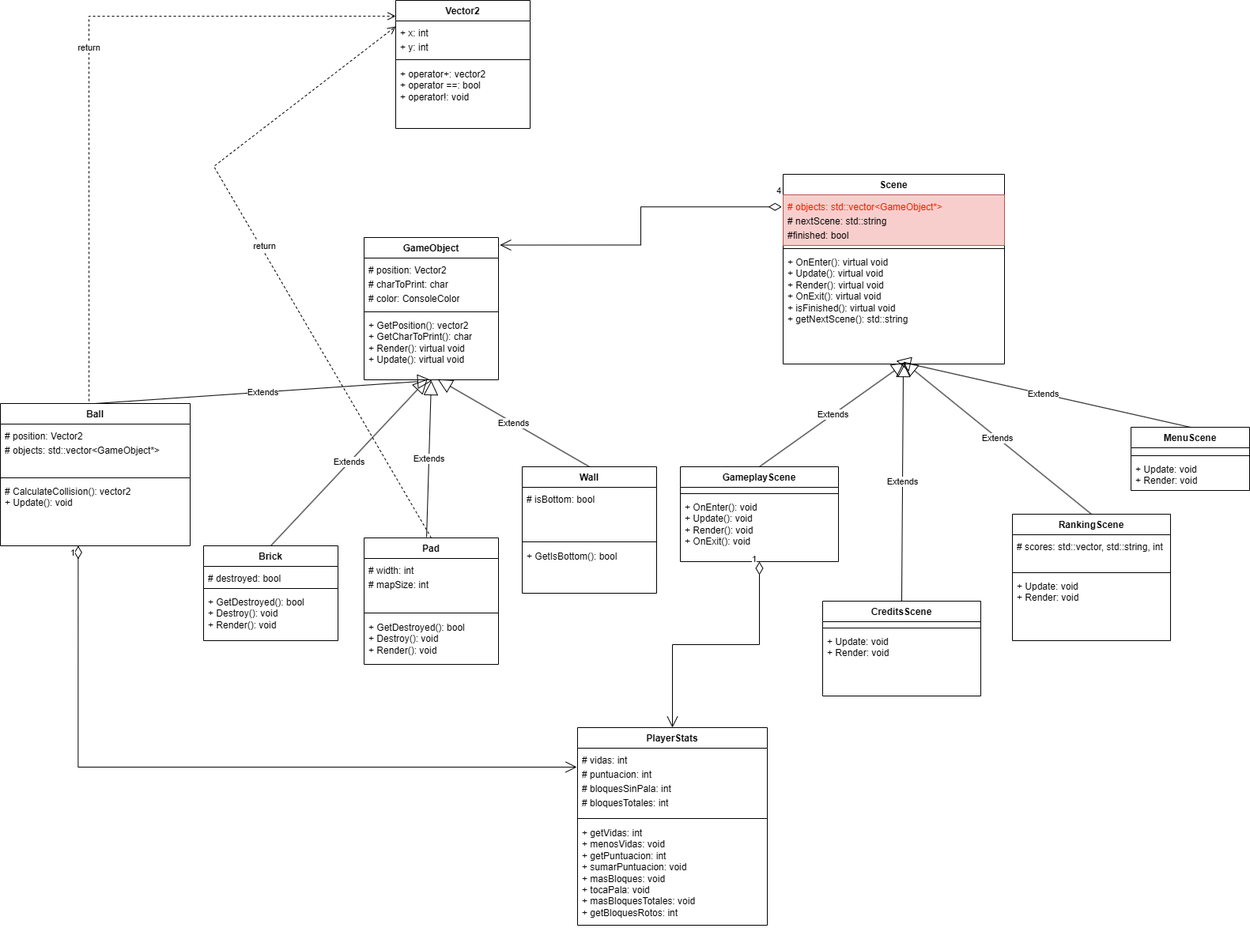
Above: AA1_BREAKOUT.drawio.png in david-071/AA1_Breakout_XiaYuhao_PizarroVictoria (draw.io), before the change. Source tidied: cells renumbered, new cells last; positions are measured from the earlier drawing's top-left corner, leaving out a move shared by most shapes.
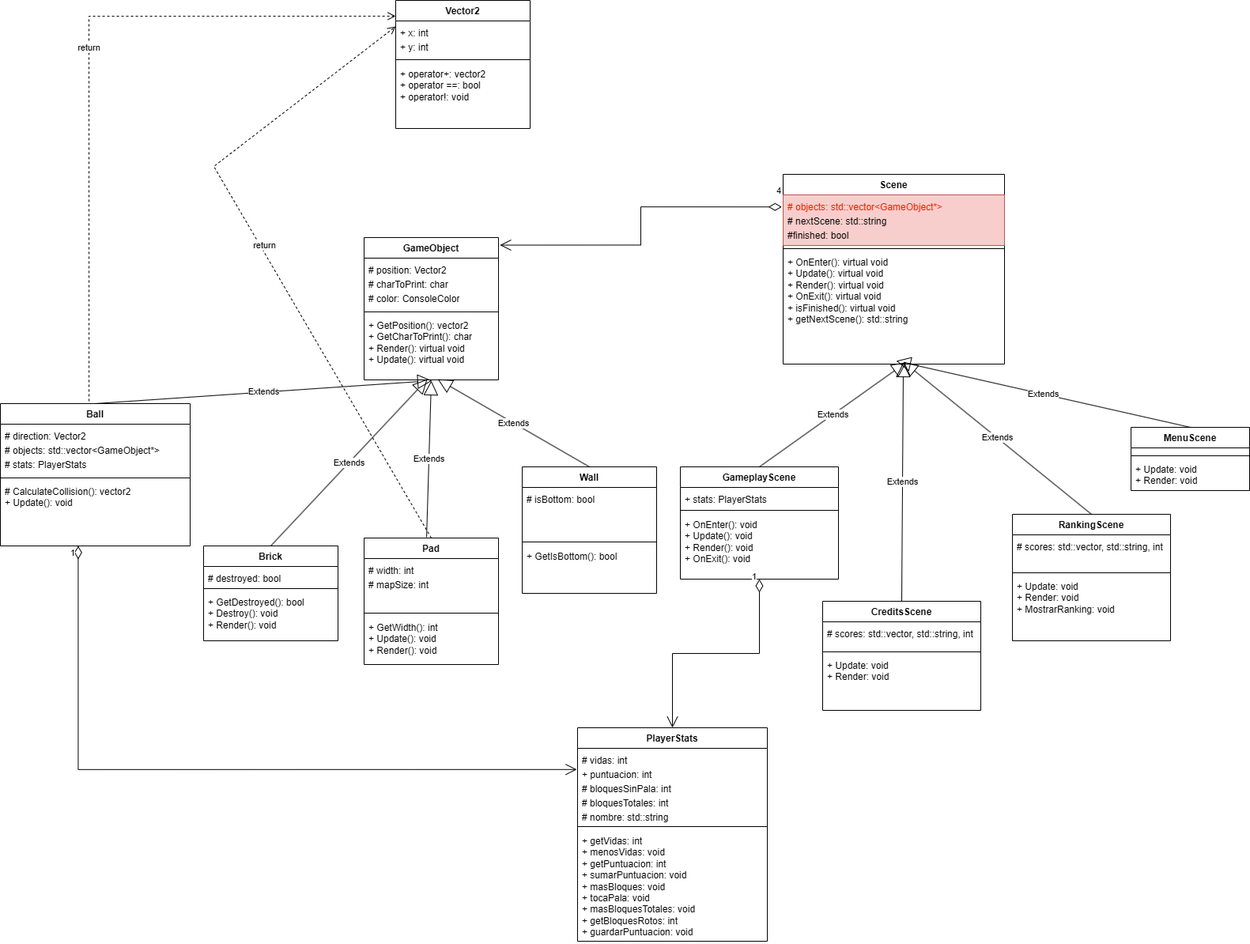
Above is the later version.

Commit message:
más cosas

Change to the diagram source:
```diff
@@ -38,23 +38,23 @@
     <mxCell id="13" style="line;strokeWidth=1;fillColor=none;align=left;verticalAlign=middle;spacingTop=-1;spacingLeft=3;spacingRight=3;labelPosition=right;strokeColor=inherit;" parent="11" vertex="1">
       <mxGeometry y="70" width="200" height="8" as="geometry" />
     </mxCell>
-    <mxCell id="14" value="&lt;div&gt;+ Update: void&lt;/div&gt;&lt;div&gt;+ Render: void&lt;/div&gt;" style="text;strokeColor=none;fillColor=none;align=left;verticalAlign=top;spacingLeft=4;spacingRight=4;overflow=hidden;whiteSpace=wrap;html=1;" parent="11" vertex="1">
+    <mxCell id="14" value="&lt;div&gt;+ Update: void&lt;/div&gt;&lt;div&gt;+ Render: void&lt;/div&gt;&lt;div&gt;+ MostrarRanking: void&lt;/div&gt;" style="text;strokeColor=none;fillColor=none;align=left;verticalAlign=top;spacingLeft=4;spacingRight=4;overflow=hidden;whiteSpace=wrap;html=1;" parent="11" vertex="1">
       <mxGeometry y="78" width="200" height="82" as="geometry" />
     </mxCell>
     <mxCell id="15" value="Extends" style="endArrow=block;endSize=16;endFill=0;html=1;rounded=0;exitX=0.5;exitY=0;exitDx=0;exitDy=0;entryX=0.543;entryY=0.979;entryDx=0;entryDy=0;entryPerimeter=0;" parent="1" edge="1" source="11" target="5">
       <mxGeometry relative="1" as="geometry" />
     </mxCell>
     <mxCell id="16" value="GameplayScene" style="swimlane;fontStyle=1;align=center;verticalAlign=top;horizontal=1;startSize=26;whiteSpace=wrap;html=1;" parent="1" vertex="1">
-      <mxGeometry x="860" y="590" width="200" height="120" as="geometry" />
+      <mxGeometry x="860" y="590" width="200" height="142" as="geometry" />
     </mxCell>
-    <mxCell id="17" value="&lt;div style=&quot;line-height: 150%;&quot;&gt;&lt;br&gt;&lt;/div&gt;" style="text;strokeColor=none;fillColor=none;align=left;verticalAlign=top;spacingLeft=4;spacingRight=4;overflow=hidden;whiteSpace=wrap;html=1;" parent="16" vertex="1">
-      <mxGeometry y="26" width="200" height="4" as="geometry" />
+    <mxCell id="17" value="&lt;div style=&quot;line-height: 150%;&quot;&gt;+ stats: PlayerStats&lt;/div&gt;" style="text;strokeColor=none;fillColor=none;align=left;verticalAlign=top;spacingLeft=4;spacingRight=4;overflow=hidden;whiteSpace=wrap;html=1;" parent="16" vertex="1">
+      <mxGeometry y="26" width="200" height="24" as="geometry" />
     </mxCell>
     <mxCell id="18" style="line;strokeWidth=1;fillColor=none;align=left;verticalAlign=middle;spacingTop=-1;spacingLeft=3;spacingRight=3;labelPosition=right;strokeColor=inherit;" parent="16" vertex="1">
-      <mxGeometry y="30" width="200" height="8" as="geometry" />
+      <mxGeometry y="50" width="200" height="10" as="geometry" />
     </mxCell>
     <mxCell id="19" value="&lt;div&gt;+ OnEnter(): void&lt;/div&gt;&lt;div&gt;+ Update(): void&lt;/div&gt;&lt;div&gt;+ Render(): void&lt;/div&gt;&lt;div&gt;+ OnExit(): void&lt;/div&gt;" style="text;strokeColor=none;fillColor=none;align=left;verticalAlign=top;spacingLeft=4;spacingRight=4;overflow=hidden;points=[[0,0.5],[1,0.5]];portConstraint=eastwest;whiteSpace=wrap;html=1;" parent="16" vertex="1">
-      <mxGeometry y="38" width="200" height="82" as="geometry" />
+      <mxGeometry y="60" width="200" height="82" as="geometry" />
     </mxCell>
     <mxCell id="20" value="Extends" style="endArrow=block;endSize=16;endFill=0;html=1;rounded=0;exitX=0.5;exitY=0;exitDx=0;exitDy=0;entryX=0.506;entryY=1.012;entryDx=0;entryDy=0;entryPerimeter=0;" parent="1" edge="1" source="29" target="24">
       <mxGeometry relative="1" as="geometry" />
@@ -86,7 +86,7 @@
     <mxCell id="29" value="Ball" style="swimlane;fontStyle=1;align=center;verticalAlign=top;horizontal=1;startSize=26;whiteSpace=wrap;html=1;" parent="1" vertex="1">
       <mxGeometry y="510" width="240" height="180" as="geometry" />
     </mxCell>
-    <mxCell id="30" value="&lt;div style=&quot;line-height: 150%;&quot;&gt;# position:&amp;nbsp;&lt;span style=&quot;background-color: transparent; color: light-dark(rgb(0, 0, 0), rgb(255, 255, 255));&quot;&gt;Vector2&lt;/span&gt;&lt;/div&gt;&lt;div style=&quot;line-height: 150%;&quot;&gt;# objects: std::vector&amp;lt;GameObject*&amp;gt;&lt;/div&gt;" style="text;align=left;verticalAlign=top;spacingLeft=4;spacingRight=4;overflow=hidden;whiteSpace=wrap;html=1;" parent="29" vertex="1">
+    <mxCell id="30" value="&lt;div style=&quot;line-height: 150%;&quot;&gt;# direction:&amp;nbsp;&lt;span style=&quot;background-color: transparent; color: light-dark(rgb(0, 0, 0), rgb(255, 255, 255));&quot;&gt;Vector2&lt;/span&gt;&lt;/div&gt;&lt;div style=&quot;line-height: 150%;&quot;&gt;# objects: std::vector&amp;lt;GameObject*&amp;gt;&lt;/div&gt;&lt;div style=&quot;line-height: 150%;&quot;&gt;# stats: PlayerStats&lt;/div&gt;" style="text;align=left;verticalAlign=top;spacingLeft=4;spacingRight=4;overflow=hidden;whiteSpace=wrap;html=1;" parent="29" vertex="1">
       <mxGeometry y="26" width="240" height="64" as="geometry" />
     </mxCell>
     <mxCell id="31" style="line;strokeWidth=1;fillColor=none;align=left;verticalAlign=middle;spacingTop=-1;spacingLeft=3;spacingRight=3;labelPosition=right;strokeColor=inherit;" parent="29" vertex="1">
@@ -122,7 +122,7 @@
     <mxCell id="41" style="line;strokeWidth=1;fillColor=none;align=left;verticalAlign=middle;spacingTop=-1;spacingLeft=3;spacingRight=3;labelPosition=right;strokeColor=inherit;" parent="39" vertex="1">
       <mxGeometry y="90" width="170" height="10" as="geometry" />
     </mxCell>
-    <mxCell id="42" value="+ GetDestroyed(): bool&lt;div&gt;+ Destroy(): void&lt;/div&gt;&lt;div&gt;+ Render(): void&lt;/div&gt;" style="text;strokeColor=none;fillColor=none;align=left;verticalAlign=top;spacingLeft=4;spacingRight=4;overflow=hidden;whiteSpace=wrap;html=1;" parent="39" vertex="1">
+    <mxCell id="42" value="+ GetWidth(): int&lt;div&gt;+ Update(): void&lt;/div&gt;&lt;div&gt;+ Render(): void&lt;/div&gt;" style="text;strokeColor=none;fillColor=none;align=left;verticalAlign=top;spacingLeft=4;spacingRight=4;overflow=hidden;whiteSpace=wrap;html=1;" parent="39" vertex="1">
       <mxGeometry y="100" width="170" height="60" as="geometry" />
     </mxCell>
     <mxCell id="43" value="Extends" style="endArrow=block;endSize=16;endFill=0;html=1;rounded=0;entryX=0.5;entryY=1.012;entryDx=0;entryDy=0;entryPerimeter=0;exitX=0.465;exitY=-0.006;exitDx=0;exitDy=0;exitPerimeter=0;" parent="1" edge="1" source="39" target="24">
@@ -154,16 +154,16 @@
       <mxGeometry x="-0.96" y="-11" relative="1" as="geometry" />
     </mxCell>
     <mxCell id="51" value="CreditsScene" style="swimlane;fontStyle=1;align=center;verticalAlign=top;horizontal=1;startSize=26;whiteSpace=wrap;html=1;" parent="1" vertex="1">
-      <mxGeometry x="1040" y="760" width="200" height="120" as="geometry" />
+      <mxGeometry x="1040" y="760" width="200" height="138" as="geometry" />
     </mxCell>
-    <mxCell id="52" value="&lt;div style=&quot;line-height: 150%;&quot;&gt;&lt;br&gt;&lt;/div&gt;" style="text;strokeColor=none;fillColor=none;align=left;verticalAlign=top;spacingLeft=4;spacingRight=4;overflow=hidden;whiteSpace=wrap;html=1;" parent="51" vertex="1">
-      <mxGeometry y="26" width="200" height="4" as="geometry" />
+    <mxCell id="52" value="&lt;div style=&quot;line-height: 150%;&quot;&gt;# scores: std::vector, std::string, int&lt;/div&gt;" style="text;strokeColor=none;fillColor=none;align=left;verticalAlign=top;spacingLeft=4;spacingRight=4;overflow=hidden;whiteSpace=wrap;html=1;" parent="51" vertex="1">
+      <mxGeometry y="26" width="200" height="34" as="geometry" />
     </mxCell>
     <mxCell id="53" style="line;strokeWidth=1;fillColor=none;align=left;verticalAlign=middle;spacingTop=-1;spacingLeft=3;spacingRight=3;labelPosition=right;strokeColor=inherit;" parent="51" vertex="1">
-      <mxGeometry y="30" width="200" height="8" as="geometry" />
+      <mxGeometry y="60" width="200" height="8" as="geometry" />
     </mxCell>
     <mxCell id="54" value="&lt;div&gt;+ Update: void&lt;/div&gt;&lt;div&gt;+ Render: void&lt;/div&gt;" style="text;strokeColor=none;fillColor=none;align=left;verticalAlign=top;spacingLeft=4;spacingRight=4;overflow=hidden;whiteSpace=wrap;html=1;" parent="51" vertex="1">
-      <mxGeometry y="38" width="200" height="82" as="geometry" />
+      <mxGeometry y="68" width="200" height="70" as="geometry" />
     </mxCell>
     <mxCell id="55" value="Extends" style="endArrow=block;endSize=16;endFill=0;html=1;rounded=0;exitX=0.5;exitY=0;exitDx=0;exitDy=0;entryX=0.543;entryY=0.986;entryDx=0;entryDy=0;entryPerimeter=0;" parent="1" edge="1" source="51" target="5">
       <mxGeometry relative="1" as="geometry" />
@@ -176,16 +176,16 @@
       </mxGeometry>
     </mxCell>
     <mxCell id="57" value="PlayerStats&lt;div&gt;&lt;br&gt;&lt;/div&gt;" style="swimlane;fontStyle=1;align=center;verticalAlign=top;horizontal=1;startSize=26;whiteSpace=wrap;html=1;" parent="1" vertex="1">
-      <mxGeometry x="730" y="920" width="240" height="250" as="geometry" />
+      <mxGeometry x="730" y="920" width="240" height="270" as="geometry" />
     </mxCell>
-    <mxCell id="58" value="&lt;div style=&quot;line-height: 150%;&quot;&gt;# vidas: int&lt;br&gt;&lt;/div&gt;&lt;div style=&quot;line-height: 150%;&quot;&gt;# puntuacion: int&lt;/div&gt;&lt;div style=&quot;line-height: 150%;&quot;&gt;# bloquesSinPala: int&lt;/div&gt;&lt;div style=&quot;line-height: 150%;&quot;&gt;# bloquesTotales: int&lt;/div&gt;" style="text;align=left;verticalAlign=top;spacingLeft=4;spacingRight=4;overflow=hidden;points=[[0,0.5],[1,0.5]];portConstraint=eastwest;whiteSpace=wrap;html=1;" parent="57" vertex="1">
-      <mxGeometry y="26" width="240" height="84" as="geometry" />
+    <mxCell id="58" value="&lt;div style=&quot;line-height: 150%;&quot;&gt;# vidas: int&lt;br&gt;&lt;/div&gt;&lt;div style=&quot;line-height: 150%;&quot;&gt;+ puntuacion: int&lt;/div&gt;&lt;div style=&quot;line-height: 150%;&quot;&gt;# bloquesSinPala: int&lt;/div&gt;&lt;div style=&quot;line-height: 150%;&quot;&gt;# bloquesTotales: int&lt;/div&gt;&lt;div style=&quot;line-height: 150%;&quot;&gt;# nombre: std::string&lt;/div&gt;" style="text;align=left;verticalAlign=top;spacingLeft=4;spacingRight=4;overflow=hidden;points=[[0,0.5],[1,0.5]];portConstraint=eastwest;whiteSpace=wrap;html=1;" parent="57" vertex="1">
+      <mxGeometry y="26" width="240" height="94" as="geometry" />
     </mxCell>
     <mxCell id="59" style="line;strokeWidth=1;fillColor=none;align=left;verticalAlign=middle;spacingTop=-1;spacingLeft=3;spacingRight=3;labelPosition=right;strokeColor=inherit;" parent="57" vertex="1">
-      <mxGeometry y="110" width="240" height="10" as="geometry" />
+      <mxGeometry y="120" width="240" height="10" as="geometry" />
     </mxCell>
-    <mxCell id="60" value="+ getVidas: int&lt;div&gt;+ menosVidas: void&lt;/div&gt;&lt;div&gt;+ getPuntuacion: int&lt;/div&gt;&lt;div&gt;+ sumarPuntuacion: void&lt;/div&gt;&lt;div&gt;+ masBloques: void&lt;/div&gt;&lt;div&gt;+ tocaPala: void&lt;/div&gt;&lt;div&gt;+ masBloquesTotales: void&lt;/div&gt;&lt;div&gt;+ getBloquesRotos: int&lt;/div&gt;" style="text;strokeColor=none;fillColor=none;align=left;verticalAlign=top;spacingLeft=4;spacingRight=4;overflow=hidden;whiteSpace=wrap;html=1;" parent="57" vertex="1">
-      <mxGeometry y="120" width="240" height="130" as="geometry" />
+    <mxCell id="60" value="+ getVidas: int&lt;div&gt;+ menosVidas: void&lt;/div&gt;&lt;div&gt;+ getPuntuacion: int&lt;/div&gt;&lt;div&gt;+ sumarPuntuacion: void&lt;/div&gt;&lt;div&gt;+ masBloques: void&lt;/div&gt;&lt;div&gt;+ tocaPala: void&lt;/div&gt;&lt;div&gt;+ masBloquesTotales: void&lt;/div&gt;&lt;div&gt;+ getBloquesRotos: int&lt;/div&gt;&lt;div&gt;+ guardarPuntuacion: void&lt;/div&gt;" style="text;strokeColor=none;fillColor=none;align=left;verticalAlign=top;spacingLeft=4;spacingRight=4;overflow=hidden;whiteSpace=wrap;html=1;" parent="57" vertex="1">
+      <mxGeometry y="130" width="240" height="140" as="geometry" />
     </mxCell>
     <mxCell id="61" value="1" style="endArrow=open;html=1;endSize=12;startArrow=diamondThin;startSize=14;startFill=0;edgeStyle=orthogonalEdgeStyle;align=left;verticalAlign=bottom;rounded=0;exitX=0.5;exitY=1;exitDx=0;exitDy=0;exitPerimeter=0;entryX=0.5;entryY=0;entryDx=0;entryDy=0;" parent="1" edge="1" source="19" target="57">
       <mxGeometry x="-0.96" y="-11" relative="1" as="geometry" />
```
